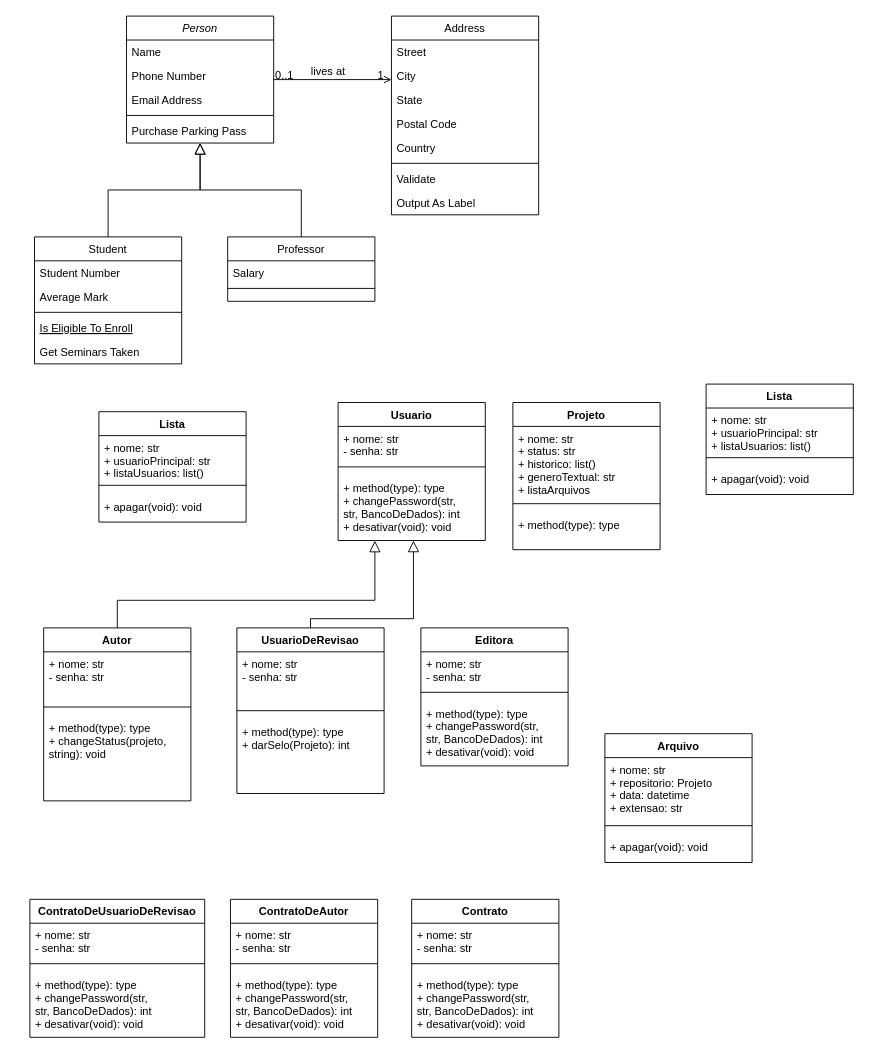
Before: Diagrama de Classes.drawio in bruniculos08/PPR0001, a draw.io diagram. Source tidied: cells renumbered, new cells numbered last; positions are measured from the earlier drawing's top-left corner, leaving out a move shared by most shapes. Both pictures are drawn from the tidied source at 92%, with x=0, y=0 at pixel (29, 16).
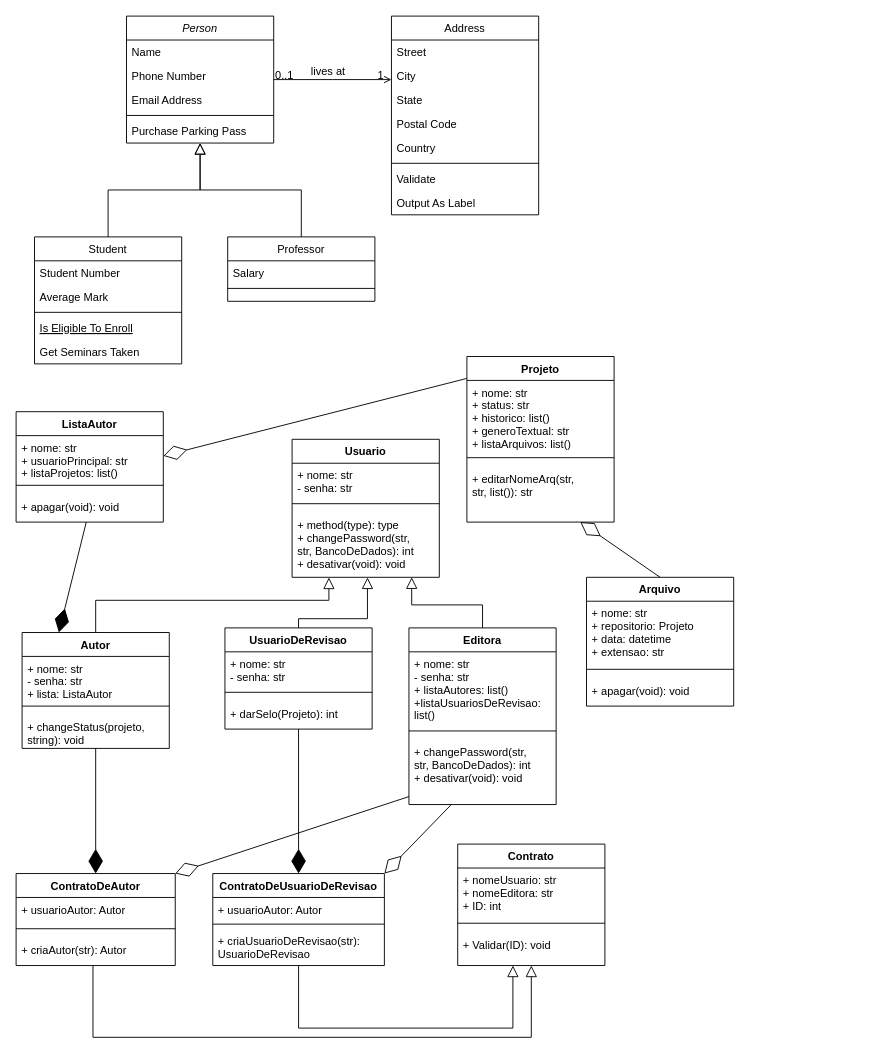
The same page after the edit.

Unchanged cells that the change refers to:
```xml
<mxCell id="35" value="+ method(type): type&#10;+ changePassword(str,&#10;str, BancoDeDados): int&#10;+ desativar(void): void " style="text;strokeColor=none;fillColor=none;align=left;verticalAlign=top;spacingLeft=4;spacingRight=4;overflow=hidden;points=[[0,0.5],[1,0.5]];portConstraint=eastwest;" parent="32" vertex="1">
  <mxGeometry y="80" width="160" height="70" as="geometry" />
</mxCell>
<mxCell id="57" value="+ apagar(void): void" style="text;strokeColor=none;fillColor=none;align=left;verticalAlign=top;spacingLeft=4;spacingRight=4;overflow=hidden;points=[[0,0.5],[1,0.5]];portConstraint=eastwest;" parent="54" vertex="1">
  <mxGeometry y="90" width="160" height="30" as="geometry" />
</mxCell>
```

Diff of the diagram source:
```diff
@@
     <mxCell id="32" value="Usuario" style="swimlane;fontStyle=1;align=center;verticalAlign=top;horizontal=1;startSize=26;" parent="1" vertex="1">
-      <mxGeometry x="335" y="420" width="160" height="150" as="geometry" />
+      <mxGeometry x="285" y="460" width="160" height="150" as="geometry" />
     </mxCell>
@@
     <mxCell id="36" value="Autor" style="swimlane;fontStyle=1;align=center;verticalAlign=top;horizontal=1;startSize=26;" parent="1" vertex="1">
-      <mxGeometry x="15" y="665" width="160" height="188" as="geometry" />
+      <mxGeometry x="-8.5" y="670" width="160" height="126" as="geometry" />
     </mxCell>
-    <mxCell id="37" value="+ nome: str&#10;- senha: str" style="text;strokeColor=none;fillColor=none;align=left;verticalAlign=top;spacingLeft=4;spacingRight=4;overflow=hidden;" parent="36" vertex="1">
-      <mxGeometry y="26" width="160" height="50" as="geometry" />
+    <mxCell id="37" value="+ nome: str&#10;- senha: str&#10;+ lista: ListaAutor" style="text;strokeColor=none;fillColor=none;align=left;verticalAlign=top;spacingLeft=4;spacingRight=4;overflow=hidden;" parent="36" vertex="1">
+      <mxGeometry y="26" width="160" height="44" as="geometry" />
     </mxCell>
     <mxCell id="38" style="line;strokeWidth=1;fillColor=none;align=left;verticalAlign=middle;spacingTop=-1;spacingLeft=3;spacingRight=3;labelPosition=right;" parent="36" vertex="1">
-      <mxGeometry y="76" width="160" height="20" as="geometry" />
+      <mxGeometry y="70" width="160" height="20" as="geometry" />
     </mxCell>
-    <mxCell id="39" value="+ method(type): type&#10;+ changeStatus(projeto,&#10;string): void" style="text;strokeColor=none;fillColor=none;align=left;verticalAlign=top;spacingLeft=4;spacingRight=4;overflow=hidden;points=[[0,0.5],[1,0.5]];portConstraint=eastwest;" parent="36" vertex="1">
-      <mxGeometry y="96" width="160" height="92" as="geometry" />
+    <mxCell id="39" value="+ changeStatus(projeto,&#10;string): void" style="text;strokeColor=none;fillColor=none;align=left;verticalAlign=top;spacingLeft=4;spacingRight=4;overflow=hidden;points=[[0,0.5],[1,0.5]];portConstraint=eastwest;" parent="36" vertex="1">
+      <mxGeometry y="90" width="160" height="36" as="geometry" />
     </mxCell>
     <mxCell id="40" style="endArrow=block;endSize=10;endFill=0;shadow=0;strokeWidth=1;rounded=0;edgeStyle=elbowEdgeStyle;elbow=vertical;exitX=0.5;exitY=0;exitDx=0;exitDy=0;entryX=0.25;entryY=1.003;entryDx=0;entryDy=0;entryPerimeter=0;" parent="1" edge="1" source="36" target="35">
       <mxGeometry relative="1" as="geometry">
         <Array as="points">
-          <mxPoint x="385" y="635" />
-          <mxPoint x="395" y="665" />
+          <mxPoint x="372" y="635" />
+          <mxPoint x="382" y="665" />
         </Array>
       </mxGeometry>
     </mxCell>
     <mxCell id="41" value="UsuarioDeRevisao" style="swimlane;fontStyle=1;align=center;verticalAlign=top;horizontal=1;startSize=26;" parent="1" vertex="1">
-      <mxGeometry x="225" y="665" width="160" height="180" as="geometry" />
+      <mxGeometry x="212" y="665" width="160" height="110" as="geometry" />
     </mxCell>
     <mxCell id="42" value="+ nome: str&#10;- senha: str" style="text;strokeColor=none;fillColor=none;align=left;verticalAlign=top;spacingLeft=4;spacingRight=4;overflow=hidden;" parent="41" vertex="1">
-      <mxGeometry y="26" width="160" height="54" as="geometry" />
+      <mxGeometry y="26" width="160" height="34" as="geometry" />
     </mxCell>
     <mxCell id="43" style="line;strokeWidth=1;fillColor=none;align=left;verticalAlign=middle;spacingTop=-1;spacingLeft=3;spacingRight=3;labelPosition=right;" parent="41" vertex="1">
-      <mxGeometry y="80" width="160" height="20" as="geometry" />
+      <mxGeometry y="60" width="160" height="20" as="geometry" />
     </mxCell>
-    <mxCell id="44" value="+ method(type): type&#10;+ darSelo(Projeto): int" style="text;strokeColor=none;fillColor=none;align=left;verticalAlign=top;spacingLeft=4;spacingRight=4;overflow=hidden;points=[[0,0.5],[1,0.5]];portConstraint=eastwest;" parent="41" vertex="1">
-      <mxGeometry y="100" width="160" height="80" as="geometry" />
+    <mxCell id="44" value="+ darSelo(Projeto): int" style="text;strokeColor=none;fillColor=none;align=left;verticalAlign=top;spacingLeft=4;spacingRight=4;overflow=hidden;points=[[0,0.5],[1,0.5]];portConstraint=eastwest;" parent="41" vertex="1">
+      <mxGeometry y="80" width="160" height="30" as="geometry" />
     </mxCell>
     <mxCell id="45" style="endArrow=block;endSize=10;endFill=0;shadow=0;strokeWidth=1;rounded=0;edgeStyle=elbowEdgeStyle;elbow=vertical;exitX=0.5;exitY=0;exitDx=0;exitDy=0;entryX=0.512;entryY=1.002;entryDx=0;entryDy=0;entryPerimeter=0;" parent="1" edge="1" source="41" target="35">
       <mxGeometry relative="1" as="geometry">
         <Array as="points">
-          <mxPoint x="425" y="655" />
-          <mxPoint x="465" y="635" />
-          <mxPoint x="465" y="665" />
-          <mxPoint x="475" y="675" />
+          <mxPoint x="412" y="655" />
+          <mxPoint x="452" y="635" />
+          <mxPoint x="452" y="665" />
+          <mxPoint x="462" y="675" />
         </Array>
       </mxGeometry>
     </mxCell>
     <mxCell id="46" value="Projeto" style="swimlane;fontStyle=1;align=center;verticalAlign=top;horizontal=1;startSize=26;" parent="1" vertex="1">
-      <mxGeometry x="525" y="420" width="160" height="160" as="geometry" />
+      <mxGeometry x="475" y="370" width="160" height="180" as="geometry" />
     </mxCell>
-    <mxCell id="47" value="+ nome: str&#10;+ status: str&#10;+ historico: list()&#10;+ generoTextual: str&#10;+ listaArquivos" style="text;strokeColor=none;fillColor=none;align=left;verticalAlign=top;spacingLeft=4;spacingRight=4;overflow=hidden;points=[[0,0.5],[1,0.5]];portConstraint=eastwest;" parent="46" vertex="1">
+    <mxCell id="47" value="+ nome: str&#10;+ status: str&#10;+ historico: list()&#10;+ generoTextual: str&#10;+ listaArquivos: list()" style="text;strokeColor=none;fillColor=none;align=left;verticalAlign=top;spacingLeft=4;spacingRight=4;overflow=hidden;points=[[0,0.5],[1,0.5]];portConstraint=eastwest;" parent="46" vertex="1">
       <mxGeometry y="26" width="160" height="74" as="geometry" />
     </mxCell>
@@
-    <mxCell id="49" value="+ method(type): type" style="text;strokeColor=none;fillColor=none;align=left;verticalAlign=top;spacingLeft=4;spacingRight=4;overflow=hidden;points=[[0,0.5],[1,0.5]];portConstraint=eastwest;" parent="46" vertex="1">
-      <mxGeometry y="120" width="160" height="40" as="geometry" />
+    <mxCell id="49" value="+ editarNomeArq(str, &#10;str, list()): str" style="text;strokeColor=none;fillColor=none;align=left;verticalAlign=top;spacingLeft=4;spacingRight=4;overflow=hidden;points=[[0,0.5],[1,0.5]];portConstraint=eastwest;" parent="46" vertex="1">
+      <mxGeometry y="120" width="160" height="60" as="geometry" />
     </mxCell>
-    <mxCell id="50" value="Lista" style="swimlane;fontStyle=1;align=center;verticalAlign=top;horizontal=1;startSize=26;" parent="1" vertex="1">
-      <mxGeometry x="75" y="430" width="160" height="120" as="geometry" />
-    </mxCell>
-    <mxCell id="51" value="+ nome: str&#10;+ usuarioPrincipal: str&#10;+ listaUsuarios: list()" style="text;strokeColor=none;fillColor=none;align=left;verticalAlign=top;spacingLeft=4;spacingRight=4;overflow=hidden;" parent="50" vertex="1">
-      <mxGeometry y="26" width="160" height="44" as="geometry" />
-    </mxCell>
-    <mxCell id="52" style="line;strokeWidth=1;fillColor=none;align=left;verticalAlign=middle;spacingTop=-1;spacingLeft=3;spacingRight=3;labelPosition=right;" parent="50" vertex="1">
-      <mxGeometry y="70" width="160" height="20" as="geometry" />
-    </mxCell>
-    <mxCell id="53" value="+ apagar(void): void" style="text;strokeColor=none;fillColor=none;align=left;verticalAlign=top;spacingLeft=4;spacingRight=4;overflow=hidden;" parent="50" vertex="1">
-      <mxGeometry y="90" width="160" height="30" as="geometry" />
-    </mxCell>
-    <mxCell id="54" value="Lista" style="swimlane;fontStyle=1;align=center;verticalAlign=top;horizontal=1;startSize=26;" parent="1" vertex="1">
-      <mxGeometry x="735" y="400" width="160" height="120" as="geometry" />
+    <mxCell id="54" value="ListaAutor" style="swimlane;fontStyle=1;align=center;verticalAlign=top;horizontal=1;startSize=26;" parent="1" vertex="1">
+      <mxGeometry x="-15" y="430" width="160" height="120" as="geometry" />
     </mxCell>
-    <mxCell id="55" value="+ nome: str&#10;+ usuarioPrincipal: str&#10;+ listaUsuarios: list()" style="text;strokeColor=none;fillColor=none;align=left;verticalAlign=top;spacingLeft=4;spacingRight=4;overflow=hidden;points=[[0,0.5],[1,0.5]];portConstraint=eastwest;" parent="54" vertex="1">
+    <mxCell id="55" value="+ nome: str&#10;+ usuarioPrincipal: str&#10;+ listaProjetos: list()" style="text;strokeColor=none;fillColor=none;align=left;verticalAlign=top;spacingLeft=4;spacingRight=4;overflow=hidden;points=[[0,0.5],[1,0.5]];portConstraint=eastwest;" parent="54" vertex="1">
       <mxGeometry y="26" width="160" height="44" as="geometry" />
     </mxCell>
@@
     <mxCell id="58" value="Editora" style="swimlane;fontStyle=1;align=center;verticalAlign=top;horizontal=1;startSize=26;" parent="1" vertex="1">
-      <mxGeometry x="425" y="665" width="160" height="150" as="geometry" />
+      <mxGeometry x="412" y="665" width="160" height="192" as="geometry" />
     </mxCell>
-    <mxCell id="59" value="+ nome: str&#10;- senha: str" style="text;strokeColor=none;fillColor=none;align=left;verticalAlign=top;spacingLeft=4;spacingRight=4;overflow=hidden;" parent="58" vertex="1">
-      <mxGeometry y="26" width="160" height="34" as="geometry" />
+    <mxCell id="59" value="+ nome: str&#10;- senha: str&#10;+ listaAutores: list()&#10;+listaUsuariosDeRevisao:&#10;list()" style="text;strokeColor=none;fillColor=none;align=left;verticalAlign=top;spacingLeft=4;spacingRight=4;overflow=hidden;" parent="58" vertex="1">
+      <mxGeometry y="26" width="160" height="76" as="geometry" />
     </mxCell>
     <mxCell id="60" style="line;strokeWidth=1;fillColor=none;align=left;verticalAlign=middle;spacingTop=-1;spacingLeft=3;spacingRight=3;labelPosition=right;" parent="58" vertex="1">
-      <mxGeometry y="60" width="160" height="20" as="geometry" />
+      <mxGeometry y="102" width="160" height="20" as="geometry" />
     </mxCell>
-    <mxCell id="61" value="+ method(type): type&#10;+ changePassword(str,&#10;str, BancoDeDados): int&#10;+ desativar(void): void " style="text;strokeColor=none;fillColor=none;align=left;verticalAlign=top;spacingLeft=4;spacingRight=4;overflow=hidden;points=[[0,0.5],[1,0.5]];portConstraint=eastwest;" parent="58" vertex="1">
-      <mxGeometry y="80" width="160" height="70" as="geometry" />
+    <mxCell id="61" value="+ changePassword(str,&#10;str, BancoDeDados): int&#10;+ desativar(void): void " style="text;strokeColor=none;fillColor=none;align=left;verticalAlign=top;spacingLeft=4;spacingRight=4;overflow=hidden;points=[[0,0.5],[1,0.5]];portConstraint=eastwest;" parent="58" vertex="1">
+      <mxGeometry y="122" width="160" height="70" as="geometry" />
     </mxCell>
     <mxCell id="62" value="ContratoDeAutor" style="swimlane;fontStyle=1;align=center;verticalAlign=top;horizontal=1;startSize=26;" parent="1" vertex="1">
-      <mxGeometry x="218" y="960" width="160" height="150" as="geometry" />
+      <mxGeometry x="-15" y="932" width="173" height="100" as="geometry" />
     </mxCell>
-    <mxCell id="63" value="+ nome: str&#10;- senha: str" style="text;strokeColor=none;fillColor=none;align=left;verticalAlign=top;spacingLeft=4;spacingRight=4;overflow=hidden;" parent="62" vertex="1">
-      <mxGeometry y="26" width="160" height="34" as="geometry" />
+    <mxCell id="63" value="+ usuarioAutor: Autor" style="text;strokeColor=none;fillColor=none;align=left;verticalAlign=top;spacingLeft=4;spacingRight=4;overflow=hidden;" parent="62" vertex="1">
+      <mxGeometry y="26" width="173" height="24" as="geometry" />
     </mxCell>
     <mxCell id="64" style="line;strokeWidth=1;fillColor=none;align=left;verticalAlign=middle;spacingTop=-1;spacingLeft=3;spacingRight=3;labelPosition=right;" parent="62" vertex="1">
-      <mxGeometry y="60" width="160" height="20" as="geometry" />
+      <mxGeometry y="50" width="173" height="20" as="geometry" />
     </mxCell>
-    <mxCell id="65" value="+ method(type): type&#10;+ changePassword(str,&#10;str, BancoDeDados): int&#10;+ desativar(void): void " style="text;strokeColor=none;fillColor=none;align=left;verticalAlign=top;spacingLeft=4;spacingRight=4;overflow=hidden;points=[[0,0.5],[1,0.5]];portConstraint=eastwest;" parent="62" vertex="1">
-      <mxGeometry y="80" width="160" height="70" as="geometry" />
+    <mxCell id="65" value="+ criaAutor(str): Autor" style="text;strokeColor=none;fillColor=none;align=left;verticalAlign=top;spacingLeft=4;spacingRight=4;overflow=hidden;points=[[0,0.5],[1,0.5]];portConstraint=eastwest;" parent="62" vertex="1">
+      <mxGeometry y="70" width="173" height="30" as="geometry" />
     </mxCell>
-    <mxCell id="66" value="ContratoDeUsuarioDeRevisao" style="swimlane;fontStyle=1;align=center;verticalAlign=top;horizontal=1;startSize=26;" parent="1" vertex="1">
-      <mxGeometry y="960" width="190" height="150" as="geometry" />
-    </mxCell>
-    <mxCell id="67" value="+ nome: str&#10;- senha: str" style="text;strokeColor=none;fillColor=none;align=left;verticalAlign=top;spacingLeft=4;spacingRight=4;overflow=hidden;" parent="66" vertex="1">
-      <mxGeometry y="26" width="190" height="34" as="geometry" />
-    </mxCell>
-    <mxCell id="68" style="line;strokeWidth=1;fillColor=none;align=left;verticalAlign=middle;spacingTop=-1;spacingLeft=3;spacingRight=3;labelPosition=right;" parent="66" vertex="1">
-      <mxGeometry y="60" width="190" height="20" as="geometry" />
-    </mxCell>
-    <mxCell id="69" value="+ method(type): type&#10;+ changePassword(str,&#10;str, BancoDeDados): int&#10;+ desativar(void): void " style="text;strokeColor=none;fillColor=none;align=left;verticalAlign=top;spacingLeft=4;spacingRight=4;overflow=hidden;" parent="66" vertex="1">
-      <mxGeometry y="80" width="190" height="70" as="geometry" />
-    </mxCell>
     <mxCell id="70" value="Contrato" style="swimlane;fontStyle=1;align=center;verticalAlign=top;horizontal=1;startSize=26;" parent="1" vertex="1">
-      <mxGeometry x="415" y="960" width="160" height="150" as="geometry" />
+      <mxGeometry x="465" y="900" width="160" height="132" as="geometry" />
     </mxCell>
-    <mxCell id="71" value="+ nome: str&#10;- senha: str" style="text;strokeColor=none;fillColor=none;align=left;verticalAlign=top;spacingLeft=4;spacingRight=4;overflow=hidden;" parent="70" vertex="1">
-      <mxGeometry y="26" width="160" height="34" as="geometry" />
+    <mxCell id="71" value="+ nomeUsuario: str&#10;+ nomeEditora: str&#10;+ ID: int" style="text;strokeColor=none;fillColor=none;align=left;verticalAlign=top;spacingLeft=4;spacingRight=4;overflow=hidden;" parent="70" vertex="1">
+      <mxGeometry y="26" width="160" height="50" as="geometry" />
     </mxCell>
     <mxCell id="72" style="line;strokeWidth=1;fillColor=none;align=left;verticalAlign=middle;spacingTop=-1;spacingLeft=3;spacingRight=3;labelPosition=right;" parent="70" vertex="1">
-      <mxGeometry y="60" width="160" height="20" as="geometry" />
+      <mxGeometry y="76" width="160" height="20" as="geometry" />
     </mxCell>
-    <mxCell id="73" value="+ method(type): type&#10;+ changePassword(str,&#10;str, BancoDeDados): int&#10;+ desativar(void): void " style="text;strokeColor=none;fillColor=none;align=left;verticalAlign=top;spacingLeft=4;spacingRight=4;overflow=hidden;points=[[0,0.5],[1,0.5]];portConstraint=eastwest;" parent="70" vertex="1">
-      <mxGeometry y="80" width="160" height="70" as="geometry" />
+    <mxCell id="73" value="+ Validar(ID): void" style="text;strokeColor=none;fillColor=none;align=left;verticalAlign=top;spacingLeft=4;spacingRight=4;overflow=hidden;points=[[0,0.5],[1,0.5]];portConstraint=eastwest;" parent="70" vertex="1">
+      <mxGeometry y="96" width="160" height="36" as="geometry" />
     </mxCell>
     <mxCell id="74" value="Arquivo" style="swimlane;fontStyle=1;align=center;verticalAlign=top;horizontal=1;startSize=26;" parent="1" vertex="1">
-      <mxGeometry x="625" y="780" width="160" height="140" as="geometry" />
+      <mxGeometry x="605" y="610" width="160" height="140" as="geometry" />
     </mxCell>
@@
+    <mxCell id="78" style="endArrow=diamondThin;endFill=0;endSize=24;html=1;rounded=0;exitX=-0.001;exitY=-0.029;exitDx=0;exitDy=0;entryX=1;entryY=0.5;entryDx=0;entryDy=0;exitPerimeter=0;" parent="1" edge="1" source="47" target="55">
+      <mxGeometry relative="1" as="geometry" />
+    </mxCell>
+    <mxCell id="79" style="endArrow=diamondThin;endFill=0;endSize=24;html=1;rounded=0;exitX=0.5;exitY=0;exitDx=0;exitDy=0;" parent="1" edge="1" source="74" target="49">
+      <mxGeometry relative="1" as="geometry" />
+    </mxCell>
+    <mxCell id="80" style="endArrow=block;endSize=10;endFill=0;shadow=0;strokeWidth=1;rounded=0;edgeStyle=elbowEdgeStyle;elbow=vertical;exitX=0.5;exitY=0;exitDx=0;exitDy=0;" parent="1" edge="1" source="58" target="35">
+      <mxGeometry relative="1" as="geometry">
+        <Array as="points">
+          <mxPoint x="415" y="640" />
+          <mxPoint x="422" y="665" />
+          <mxPoint x="462" y="645" />
+          <mxPoint x="462" y="675" />
+          <mxPoint x="472" y="685" />
+        </Array>
+      </mxGeometry>
+    </mxCell>
+    <mxCell id="81" style="endArrow=diamondThin;endFill=1;endSize=24;html=1;rounded=0;entryX=0.5;entryY=0;entryDx=0;entryDy=0;" parent="1" edge="1" source="44" target="66">
+      <mxGeometry relative="1" as="geometry" />
+    </mxCell>
+    <mxCell id="82" style="endArrow=diamondThin;endFill=1;endSize=24;html=1;rounded=0;entryX=0.5;entryY=0;entryDx=0;entryDy=0;" parent="1" edge="1" source="39" target="62">
+      <mxGeometry relative="1" as="geometry" />
+    </mxCell>
+    <mxCell id="83" style="endArrow=block;endSize=10;endFill=0;shadow=0;strokeWidth=1;rounded=0;edgeStyle=elbowEdgeStyle;elbow=vertical;" parent="1" edge="1" source="89" target="73">
+      <mxGeometry relative="1" as="geometry">
+        <Array as="points">
+          <mxPoint x="525" y="1100" />
+          <mxPoint x="435" y="1070" />
+          <mxPoint x="215" y="1168.9" />
+          <mxPoint x="255" y="1148.9" />
+          <mxPoint x="255" y="1178.9" />
+          <mxPoint x="265" y="1188.9" />
+        </Array>
+      </mxGeometry>
+    </mxCell>
+    <mxCell id="84" style="endArrow=block;endSize=10;endFill=0;shadow=0;strokeWidth=1;rounded=0;edgeStyle=elbowEdgeStyle;elbow=vertical;exitX=0.483;exitY=1.01;exitDx=0;exitDy=0;exitPerimeter=0;" parent="1" edge="1" source="65" target="73">
+      <mxGeometry relative="1" as="geometry">
+        <Array as="points">
+          <mxPoint x="545" y="1110" />
+          <mxPoint x="565" y="1090" />
+          <mxPoint x="475" y="1120" />
+          <mxPoint x="495" y="1110" />
+          <mxPoint x="435" y="1140" />
+          <mxPoint x="515" y="1110" />
+          <mxPoint x="395" y="1150" />
+          <mxPoint x="225" y="1178.9" />
+          <mxPoint x="265" y="1158.9" />
+          <mxPoint x="265" y="1188.9" />
+          <mxPoint x="275" y="1198.9" />
+        </Array>
+      </mxGeometry>
+    </mxCell>
+    <mxCell id="85" style="endArrow=diamondThin;endFill=0;endSize=24;html=1;rounded=0;entryX=1;entryY=0;entryDx=0;entryDy=0;" parent="1" edge="1" source="61" target="66">
+      <mxGeometry relative="1" as="geometry" />
+    </mxCell>
+    <mxCell id="86" style="endArrow=diamondThin;endFill=0;endSize=24;html=1;rounded=0;entryX=1;entryY=0;entryDx=0;entryDy=0;" parent="1" edge="1" source="61" target="62">
+      <mxGeometry relative="1" as="geometry" />
+    </mxCell>
+    <mxCell id="66" value="ContratoDeUsuarioDeRevisao" style="swimlane;fontStyle=1;align=center;verticalAlign=top;horizontal=1;startSize=26;" parent="1" vertex="1">
+      <mxGeometry x="198.8" y="932" width="186.5" height="100" as="geometry" />
+    </mxCell>
+    <mxCell id="87" value="+ usuarioAutor: Autor" style="text;strokeColor=none;fillColor=none;align=left;verticalAlign=top;spacingLeft=4;spacingRight=4;overflow=hidden;" parent="66" vertex="1">
+      <mxGeometry y="26" width="186.5" height="24" as="geometry" />
+    </mxCell>
+    <mxCell id="88" style="line;strokeWidth=1;fillColor=none;align=left;verticalAlign=middle;spacingTop=-1;spacingLeft=3;spacingRight=3;labelPosition=right;" parent="66" vertex="1">
+      <mxGeometry y="50" width="186.5" height="10" as="geometry" />
+    </mxCell>
+    <mxCell id="89" value="+ criaUsuarioDeRevisao(str): &#10;UsuarioDeRevisao" style="text;strokeColor=none;fillColor=none;align=left;verticalAlign=top;spacingLeft=4;spacingRight=4;overflow=hidden;points=[[0,0.5],[1,0.5]];portConstraint=eastwest;" parent="66" vertex="1">
+      <mxGeometry y="60" width="186.5" height="40" as="geometry" />
+    </mxCell>
+    <mxCell id="90" style="endArrow=diamondThin;endFill=1;endSize=24;html=1;rounded=0;entryX=0.25;entryY=0;entryDx=0;entryDy=0;" parent="1" edge="1" source="57" target="36">
+      <mxGeometry relative="1" as="geometry" />
+    </mxCell>
```
